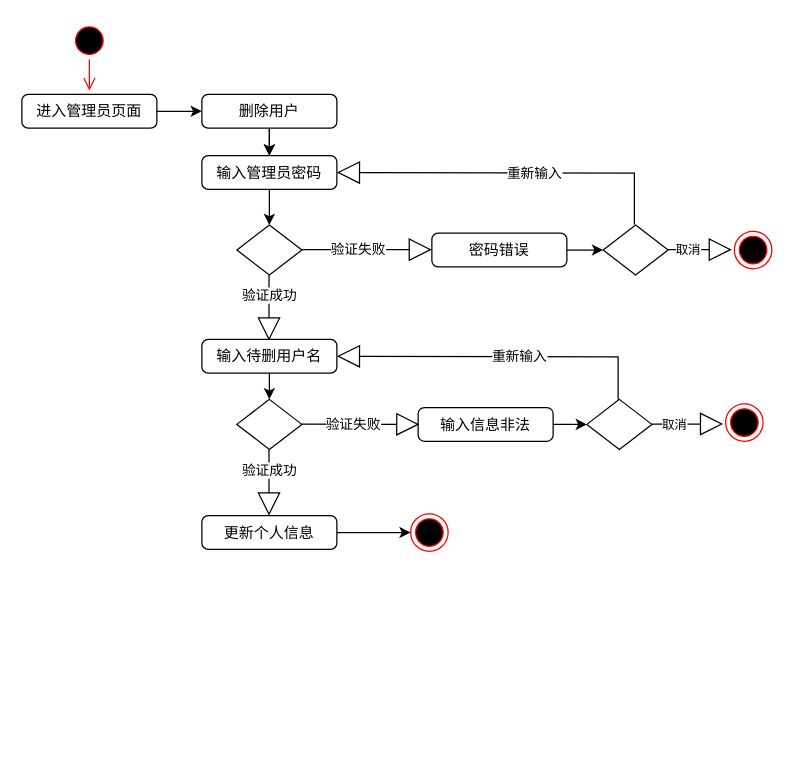
The draw.io diagram page "第 7 页" (7 of 8) of 用户管理子系统.drawio in IRiDecenT/graph, before the edit. Source tidied: cells renumbered, new cells numbered last; positions are measured from the earlier drawing's top-left corner, leaving out a move shared by most shapes. Both pictures are drawn from the tidied source at 125%, with x=0, y=0 at pixel (21, 21).
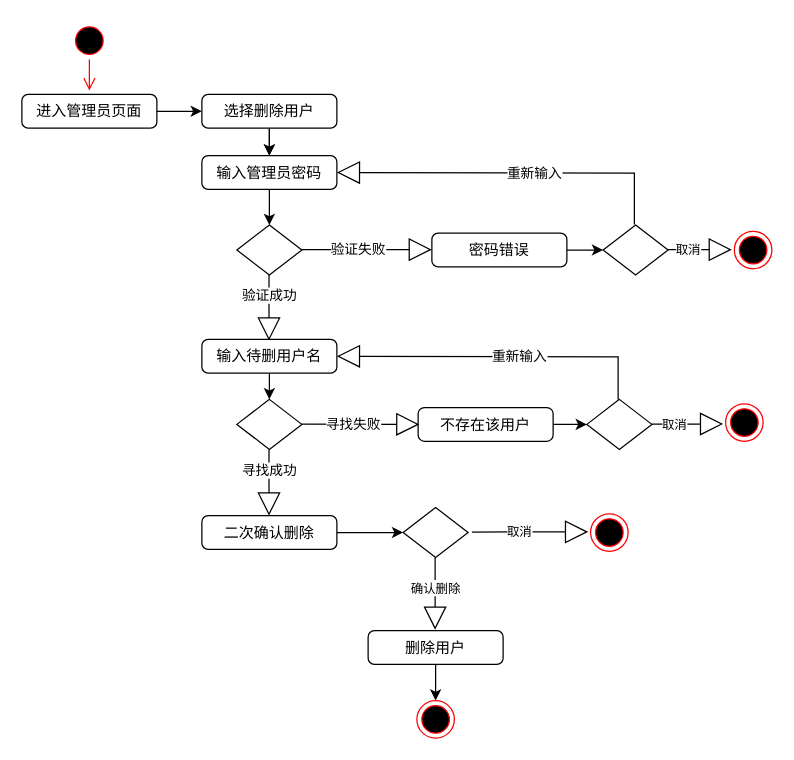
The same page after the edit.

Diff of the diagram source:
```diff
@@
-    <mxCell id="20" value="删除用户" style="html=1;align=center;verticalAlign=top;rounded=1;absoluteArcSize=1;arcSize=10;dashed=0;whiteSpace=wrap;" parent="1" vertex="1">
+    <mxCell id="20" value="选择删除用户" style="html=1;align=center;verticalAlign=top;rounded=1;absoluteArcSize=1;arcSize=10;dashed=0;whiteSpace=wrap;" parent="1" vertex="1">
       <mxGeometry x="144" y="58" width="108" height="27" as="geometry" />
     </mxCell>
@@
-    <mxCell id="24" value="输入信息非法" style="html=1;align=center;verticalAlign=top;rounded=1;absoluteArcSize=1;arcSize=10;dashed=0;whiteSpace=wrap;" parent="1" vertex="1">
+    <mxCell id="24" value="不存在该用户" style="html=1;align=center;verticalAlign=top;rounded=1;absoluteArcSize=1;arcSize=10;dashed=0;whiteSpace=wrap;" parent="1" vertex="1">
       <mxGeometry x="317" y="308.5" width="108" height="27" as="geometry" />
     </mxCell>
-    <mxCell id="25" value="&lt;font style=&quot;font-size: 11px;&quot;&gt;验证失败&lt;/font&gt;" style="endArrow=block;endSize=16;endFill=0;html=1;rounded=0;strokeWidth=1;" parent="1" edge="1">
+    <mxCell id="25" value="&lt;font style=&quot;font-size: 11px;&quot;&gt;寻找失败&lt;/font&gt;" style="endArrow=block;endSize=16;endFill=0;html=1;rounded=0;strokeWidth=1;" parent="1" edge="1">
       <mxGeometry x="-0.13" relative="1" as="geometry">
         <mxPoint x="224" y="321.7" as="sourcePoint" />
         <mxPoint x="318" y="322" as="targetPoint" />
       </mxGeometry>
     </mxCell>
@@
-    <mxCell id="30" value="&lt;font style=&quot;font-size: 11px;&quot;&gt;验证成功&lt;/font&gt;" style="endArrow=block;endSize=16;endFill=0;html=1;rounded=0;strokeWidth=1;" parent="1" edge="1">
+    <mxCell id="30" value="&lt;font style=&quot;font-size: 11px;&quot;&gt;寻找成功&lt;/font&gt;" style="endArrow=block;endSize=16;endFill=0;html=1;rounded=0;strokeWidth=1;" parent="1" edge="1">
       <mxGeometry x="-0.35" relative="1" as="geometry">
         <mxPoint x="197.7" y="342" as="sourcePoint" />
         <mxPoint x="197.7" y="395" as="targetPoint" />
       </mxGeometry>
     </mxCell>
@@
-    <mxCell id="32" value="更新个人信息" style="html=1;align=center;verticalAlign=top;rounded=1;absoluteArcSize=1;arcSize=10;dashed=0;whiteSpace=wrap;" parent="1" vertex="1">
-      <mxGeometry x="144" y="395" width="108" height="27" as="geometry" />
+    <mxCell id="32" value="删除用户" style="html=1;align=center;verticalAlign=top;rounded=1;absoluteArcSize=1;arcSize=10;dashed=0;whiteSpace=wrap;" parent="1" vertex="1">
+      <mxGeometry x="277" y="487" width="108" height="27" as="geometry" />
     </mxCell>
     <mxCell id="33" style="ellipse;html=1;shape=endState;fillColor=#000000;strokeColor=#ff0000;" parent="1" vertex="1">
-      <mxGeometry x="311" y="393.5" width="30" height="30" as="geometry" />
+      <mxGeometry x="316" y="543" width="30" height="30" as="geometry" />
     </mxCell>
+    <mxCell id="34" style="edgeStyle=orthogonalEdgeStyle;rounded=0;jettySize=auto;html=1;" parent="1" edge="1" source="35" target="36">
+      <mxGeometry relative="1" as="geometry" />
+    </mxCell>
+    <mxCell id="35" value="二次确认删除" style="html=1;align=center;verticalAlign=top;rounded=1;absoluteArcSize=1;arcSize=10;dashed=0;whiteSpace=wrap;" parent="1" vertex="1">
+      <mxGeometry x="144" y="395" width="108" height="27" as="geometry" />
+    </mxCell>
+    <mxCell id="36" style="rhombus;whiteSpace=wrap;html=1;" parent="1" vertex="1">
+      <mxGeometry x="305" y="388.5" width="52" height="40" as="geometry" />
+    </mxCell>
+    <mxCell id="37" style="ellipse;html=1;shape=endState;fillColor=#000000;strokeColor=#ff0000;" parent="1" vertex="1">
+      <mxGeometry x="455" y="393.5" width="30" height="30" as="geometry" />
+    </mxCell>
+    <mxCell id="38" value="&lt;font style=&quot;font-size: 10px;&quot;&gt;取消&lt;/font&gt;" style="endArrow=block;endSize=16;endFill=0;html=1;rounded=0;strokeWidth=1;" parent="1" edge="1">
+      <mxGeometry x="-0.18" relative="1" as="geometry">
+        <mxPoint x="360" y="408.1" as="sourcePoint" />
+        <mxPoint x="453" y="408" as="targetPoint" />
+      </mxGeometry>
+    </mxCell>
+    <mxCell id="39" value="&lt;font style=&quot;font-size: 10px;&quot;&gt;确认删除&lt;/font&gt;" style="endArrow=block;endSize=16;endFill=0;html=1;rounded=0;strokeWidth=1;" parent="1" edge="1">
+      <mxGeometry x="-0.18" relative="1" as="geometry">
+        <mxPoint x="330.6" y="428.5" as="sourcePoint" />
+        <mxPoint x="330.6" y="486.3" as="targetPoint" />
+      </mxGeometry>
+    </mxCell>
```
